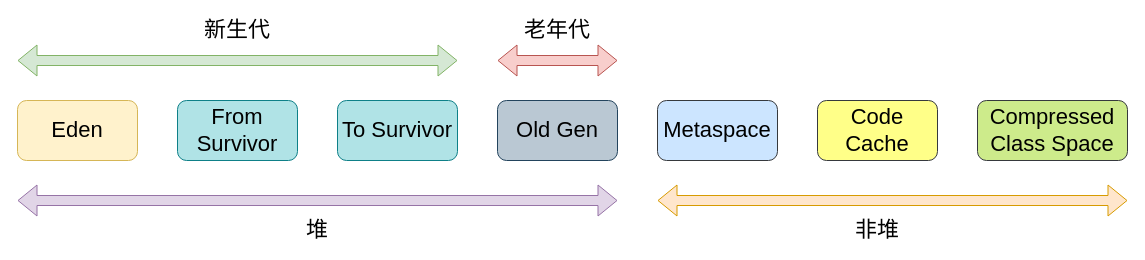
The draw.io diagram Java/JVM/image/分代算法内存结构.drawio in CunYu/study-note, before the edit. Source tidied: cells renumbered, new cells numbered last; positions are measured from the earlier drawing's top-left corner, leaving out a move shared by most shapes. Both pictures are drawn from the tidied source at 100%, with x=0, y=0 at pixel (17, 20).
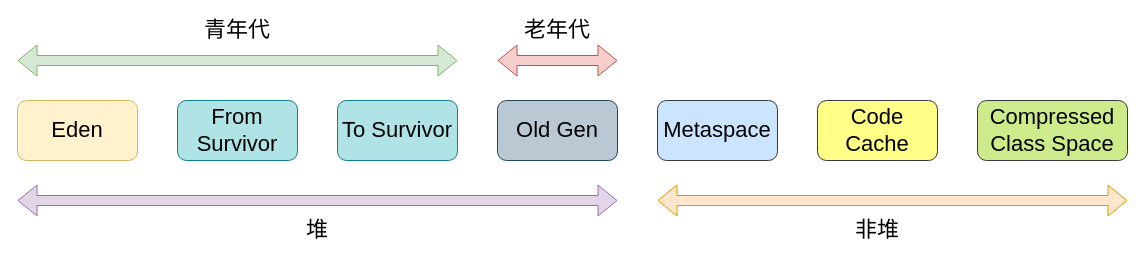
Above is the later version.

Diff of the diagram source:
```diff
@@
-    <mxCell id="14" value="新生代" style="text;html=1;strokeColor=none;fillColor=none;align=center;verticalAlign=middle;whiteSpace=wrap;rounded=0;fontSize=22;" parent="1" vertex="1">
+    <mxCell id="14" value="青年代" style="text;html=1;strokeColor=none;fillColor=none;align=center;verticalAlign=middle;whiteSpace=wrap;rounded=0;fontSize=22;" parent="1" vertex="1">
       <mxGeometry x="185" width="70" height="20" as="geometry" />
     </mxCell>
```
